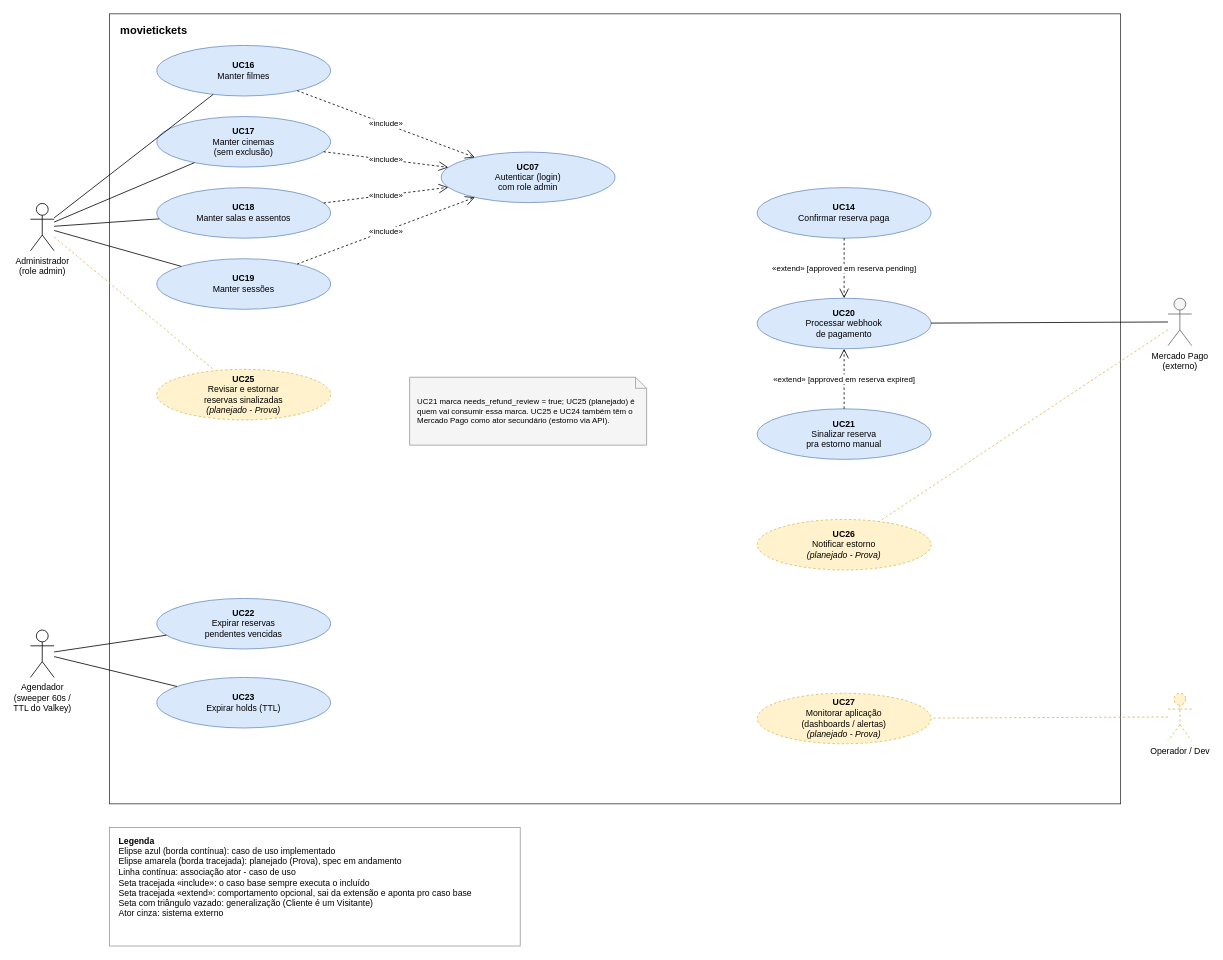
This is page "Administrador e sistema" (2 of 2) of docs/use-cases/use-cases.drawio from D4rkM/movietickets, a draw.io file, before an edit. Source tidied: cells renumbered, new cells numbered last; positions are measured from the earlier drawing's top-left corner, leaving out a move shared by most shapes. Both pictures are drawn from the tidied source at 79%, with x=0, y=0 at pixel (30, 13).
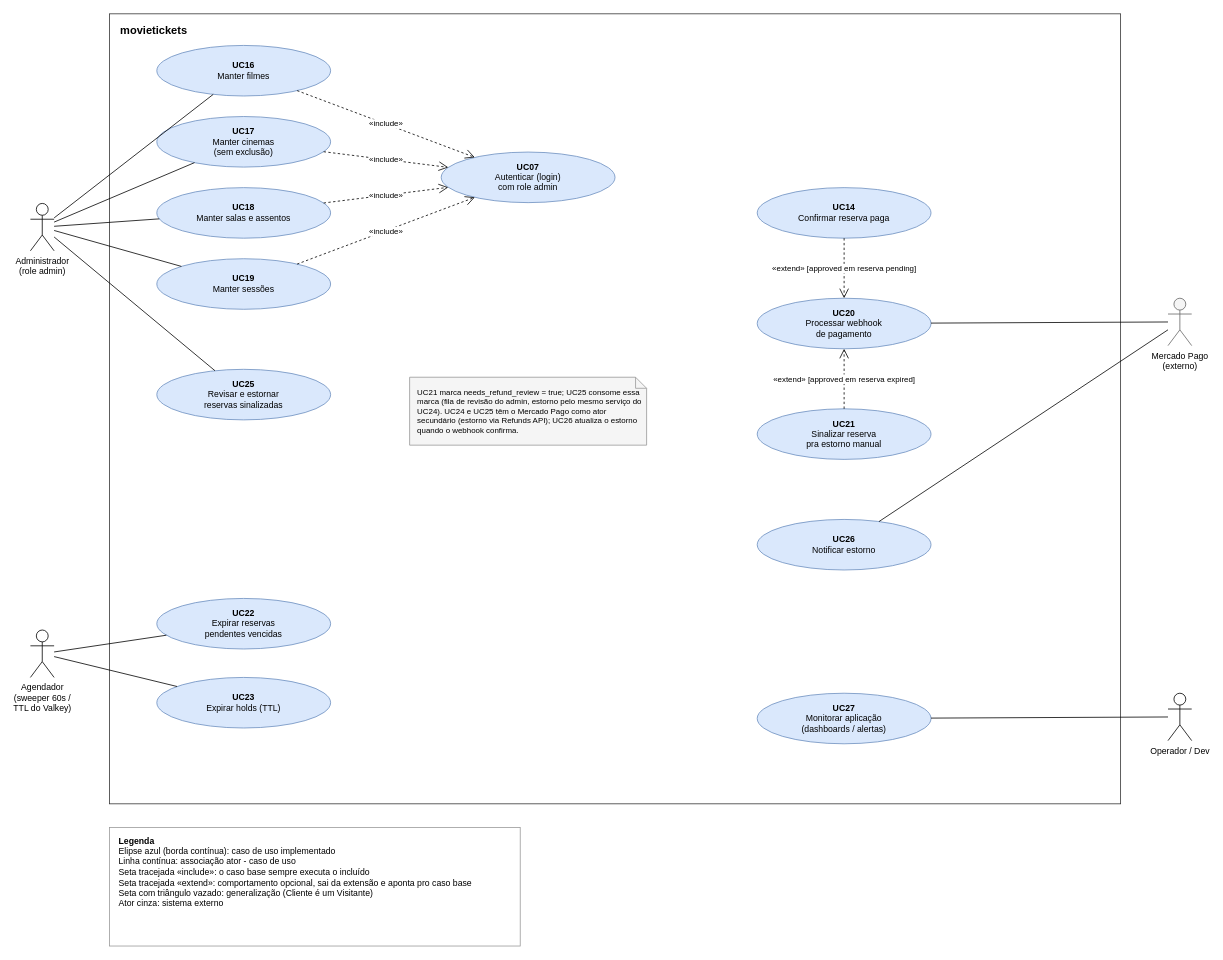
The same page after the edit.

The change refers to these unchanged cells:
```xml
<mxCell id="3" value="Administrador&lt;br&gt;(role admin)" style="shape=umlActor;verticalLabelPosition=bottom;verticalAlign=top;html=1;outlineConnect=0;fontSize=11;" parent="1" vertex="1">
  <mxGeometry y="240" width="30" height="60" as="geometry" />
</mxCell>
<mxCell id="5" value="Mercado Pago&lt;br&gt;(externo)" style="shape=umlActor;verticalLabelPosition=bottom;verticalAlign=top;html=1;outlineConnect=0;fontSize=11;fillColor=#f5f5f5;strokeColor=#666666;" parent="1" vertex="1">
  <mxGeometry x="1440" y="360" width="30" height="60" as="geometry" />
</mxCell>
```

Diff of the diagram source:
```diff
@@
-    <mxCell id="6" value="Operador / Dev" style="shape=umlActor;verticalLabelPosition=bottom;verticalAlign=top;html=1;outlineConnect=0;fontSize=11;dashed=1;fillColor=#fff2cc;strokeColor=#d6b656;" parent="1" vertex="1">
+    <mxCell id="6" value="Operador / Dev" style="shape=umlActor;verticalLabelPosition=bottom;verticalAlign=top;html=1;outlineConnect=0;fontSize=11;" parent="1" vertex="1">
       <mxGeometry x="1440" y="860" width="30" height="60" as="geometry" />
     </mxCell>
@@
-    <mxCell id="11" value="&lt;b&gt;UC25&lt;/b&gt;&lt;br&gt;Revisar e estornar&lt;br&gt;reservas sinalizadas&lt;br&gt;&lt;i&gt;(planejado - Prova)&lt;/i&gt;" style="ellipse;whiteSpace=wrap;html=1;fillColor=#fff2cc;strokeColor=#d6b656;dashed=1;fontSize=11;" parent="1" vertex="1">
+    <mxCell id="11" value="&lt;b&gt;UC25&lt;/b&gt;&lt;br&gt;Revisar e estornar&lt;br&gt;reservas sinalizadas" style="ellipse;whiteSpace=wrap;html=1;fillColor=#dae8fc;strokeColor=#6c8ebf;fontSize=11;" parent="1" vertex="1">
       <mxGeometry x="160" y="450" width="220" height="64" as="geometry" />
     </mxCell>
@@
-    <mxCell id="18" value="&lt;b&gt;UC26&lt;/b&gt;&lt;br&gt;Notificar estorno&lt;br&gt;&lt;i&gt;(planejado - Prova)&lt;/i&gt;" style="ellipse;whiteSpace=wrap;html=1;fillColor=#fff2cc;strokeColor=#d6b656;dashed=1;fontSize=11;" parent="1" vertex="1">
+    <mxCell id="18" value="&lt;b&gt;UC26&lt;/b&gt;&lt;br&gt;Notificar estorno" style="ellipse;whiteSpace=wrap;html=1;fillColor=#dae8fc;strokeColor=#6c8ebf;fontSize=11;" parent="1" vertex="1">
       <mxGeometry x="920" y="640" width="220" height="64" as="geometry" />
     </mxCell>
-    <mxCell id="19" value="&lt;b&gt;UC27&lt;/b&gt;&lt;br&gt;Monitorar aplicação&lt;br&gt;(dashboards / alertas)&lt;br&gt;&lt;i&gt;(planejado - Prova)&lt;/i&gt;" style="ellipse;whiteSpace=wrap;html=1;fillColor=#fff2cc;strokeColor=#d6b656;dashed=1;fontSize=11;" parent="1" vertex="1">
+    <mxCell id="19" value="&lt;b&gt;UC27&lt;/b&gt;&lt;br&gt;Monitorar aplicação&lt;br&gt;(dashboards / alertas)" style="ellipse;whiteSpace=wrap;html=1;fillColor=#dae8fc;strokeColor=#6c8ebf;fontSize=11;" parent="1" vertex="1">
       <mxGeometry x="920" y="860" width="220" height="64" as="geometry" />
     </mxCell>
@@
-    <mxCell id="28" style="endArrow=none;html=1;rounded=0;dashed=1;strokeColor=#d6b656;" parent="1" edge="1" source="3" target="11">
+    <mxCell id="28" style="endArrow=none;html=1;rounded=0;" parent="1" edge="1" source="3" target="11">
       <mxGeometry relative="1" as="geometry" />
     </mxCell>
@@
-    <mxCell id="32" style="endArrow=none;html=1;rounded=0;dashed=1;strokeColor=#d6b656;" parent="1" edge="1" source="5" target="18">
+    <mxCell id="32" style="endArrow=none;html=1;rounded=0;" parent="1" edge="1" source="5" target="18">
       <mxGeometry relative="1" as="geometry" />
     </mxCell>
-    <mxCell id="33" style="endArrow=none;html=1;rounded=0;dashed=1;strokeColor=#d6b656;" parent="1" edge="1" source="6" target="19">
+    <mxCell id="33" style="endArrow=none;html=1;rounded=0;" parent="1" edge="1" source="6" target="19">
       <mxGeometry relative="1" as="geometry" />
     </mxCell>
@@
-    <mxCell id="36" value="UC21 marca needs_refund_review = true; UC25 (planejado) é quem vai consumir essa marca. UC25 e UC24 também têm o Mercado Pago como ator secundário (estorno via API)." style="shape=note;whiteSpace=wrap;html=1;size=14;align=left;spacingLeft=8;fontSize=10;fillColor=#f5f5f5;strokeColor=#999999;" parent="1" vertex="1">
+    <mxCell id="36" value="UC21 marca needs_refund_review = true; UC25 consome essa marca (fila de revisão do admin, estorno pelo mesmo serviço do UC24). UC24 e UC25 têm o Mercado Pago como ator secundário (estorno via Refunds API); UC26 atualiza o estorno quando o webhook confirma." style="shape=note;whiteSpace=wrap;html=1;size=14;align=left;spacingLeft=8;fontSize=10;fillColor=#f5f5f5;strokeColor=#999999;" parent="1" vertex="1">
       <mxGeometry x="480" y="460" width="300" height="86" as="geometry" />
     </mxCell>
-    <mxCell id="37" value="&lt;b&gt;Legenda&lt;/b&gt;&lt;br&gt;Elipse azul (borda contínua): caso de uso implementado&lt;br&gt;Elipse amarela (borda tracejada): planejado (Prova), spec em andamento&lt;br&gt;Linha contínua: associação ator - caso de uso&lt;br&gt;Seta tracejada «include»: o caso base sempre executa o incluído&lt;br&gt;Seta tracejada «extend»: comportamento opcional, sai da extensão e aponta pro caso base&lt;br&gt;Seta com triângulo vazado: generalização (Cliente é um Visitante)&lt;br&gt;Ator cinza: sistema externo" style="rounded=0;whiteSpace=wrap;html=1;align=left;verticalAlign=top;spacingLeft=10;spacingTop=4;fontSize=11;fillColor=#ffffff;strokeColor=#999999;" parent="1" vertex="1">
+    <mxCell id="37" value="&lt;b&gt;Legenda&lt;/b&gt;&lt;br&gt;Elipse azul (borda contínua): caso de uso implementado&lt;br&gt;Linha contínua: associação ator - caso de uso&lt;br&gt;Seta tracejada «include»: o caso base sempre executa o incluído&lt;br&gt;Seta tracejada «extend»: comportamento opcional, sai da extensão e aponta pro caso base&lt;br&gt;Seta com triângulo vazado: generalização (Cliente é um Visitante)&lt;br&gt;Ator cinza: sistema externo" style="rounded=0;whiteSpace=wrap;html=1;align=left;verticalAlign=top;spacingLeft=10;spacingTop=4;fontSize=11;fillColor=#ffffff;strokeColor=#999999;" parent="1" vertex="1">
       <mxGeometry x="100" y="1030" width="520" height="150" as="geometry" />
     </mxCell>
```
